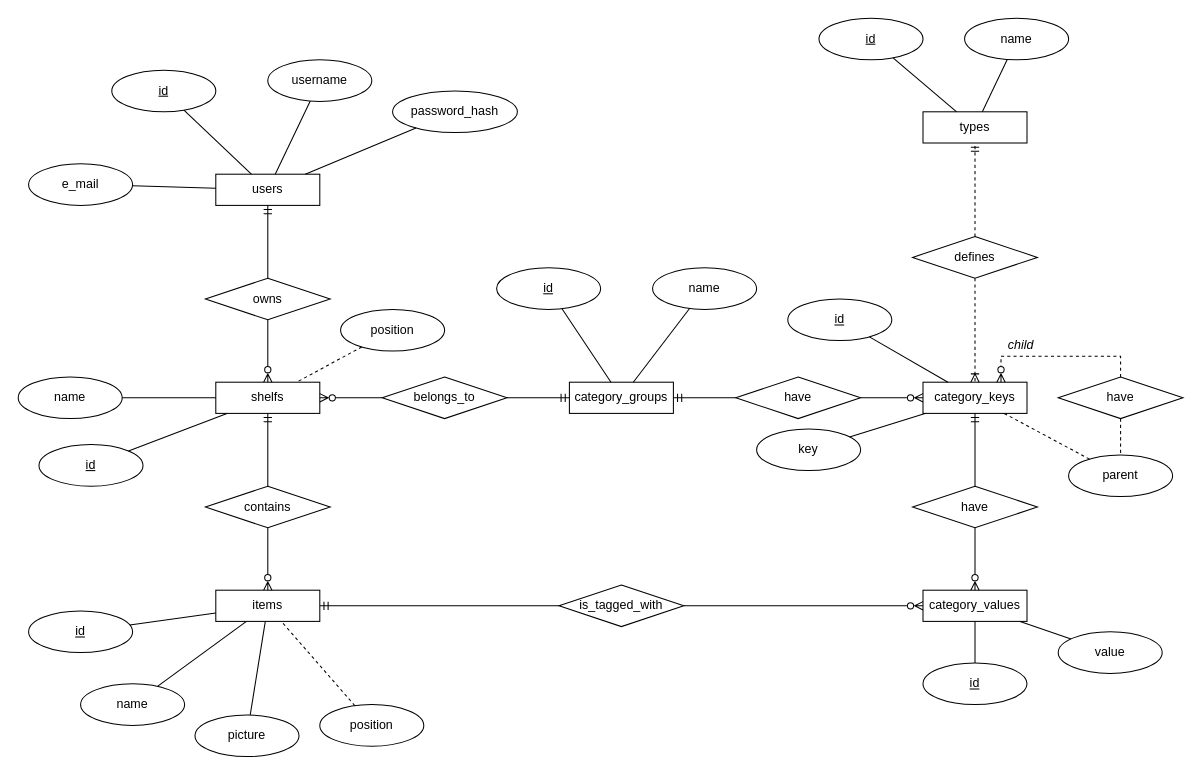
Earlier version of the draw.io diagram docs/infra/ConceptionalERD.drawio (Vulpes0Zerda/archive-wizard-backend). Source tidied: cells renumbered, new cells numbered last; positions are measured from the earlier drawing's top-left corner, leaving out a move shared by most shapes. Both pictures are drawn from the tidied source at 104%, with x=0, y=0 at pixel (18, 18).
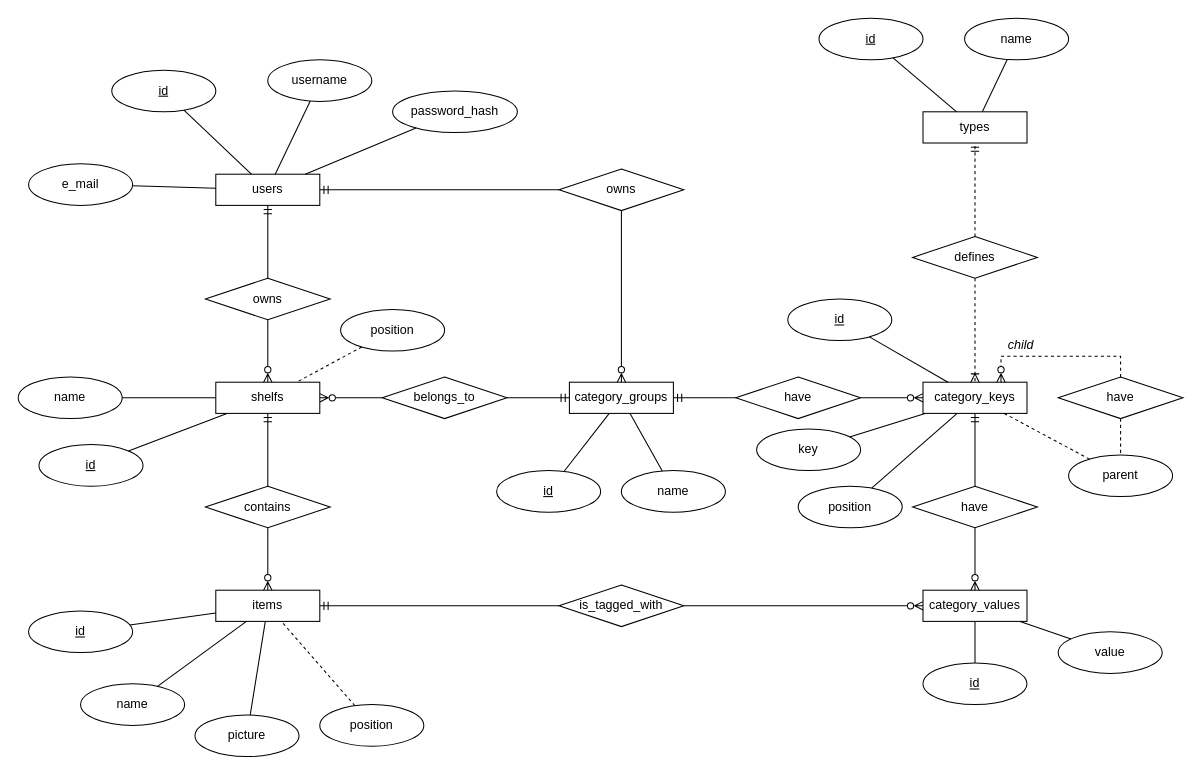
Above is the later version.

Commit message (it also covers changes not shown here):
added relationship to ERD's between user and category groups so that a category group cannot be an orphan

The change refers to these unchanged cells:
```xml
<mxCell id="2" value="users" style="whiteSpace=wrap;html=1;align=center;hachureGap=4;fontFamily=Helvetica;" parent="1" vertex="1">
  <mxGeometry x="190" y="150" width="100" height="30" as="geometry" />
</mxCell>
<mxCell id="3" value="category_keys" style="whiteSpace=wrap;html=1;align=center;hachureGap=4;fontFamily=Helvetica;" parent="1" vertex="1">
  <mxGeometry x="870" y="350" width="100" height="30" as="geometry" />
</mxCell>
<mxCell id="48" value="category_groups" style="whiteSpace=wrap;html=1;align=center;hachureGap=4;fontFamily=Helvetica;" parent="1" vertex="1">
  <mxGeometry x="530" y="350" width="100" height="30" as="geometry" />
</mxCell>
```

Diff of the diagram source:
```diff
@@
     <mxCell id="52" value="id" style="ellipse;whiteSpace=wrap;html=1;align=center;fontStyle=4;hachureGap=4;fontFamily=Helvetica;" parent="1" vertex="1">
-      <mxGeometry x="460" y="240" width="100" height="40" as="geometry" />
+      <mxGeometry x="460" y="435" width="100" height="40" as="geometry" />
     </mxCell>
@@
     <mxCell id="58" value="name" style="ellipse;whiteSpace=wrap;html=1;align=center;fontStyle=0;hachureGap=4;fontFamily=Helvetica;" parent="1" vertex="1">
-      <mxGeometry x="610" y="240" width="100" height="40" as="geometry" />
+      <mxGeometry x="580" y="435" width="100" height="40" as="geometry" />
     </mxCell>
@@
+    <mxCell id="74" style="edgeStyle=orthogonalEdgeStyle;rounded=0;hachureGap=4;jettySize=auto;html=1;exitX=0;exitY=0.5;exitDx=0;exitDy=0;entryX=1;entryY=0.5;entryDx=0;entryDy=0;fontFamily=Helvetica;endArrow=ERmandOne;endFill=0;" parent="1" edge="1" source="76" target="2">
+      <mxGeometry relative="1" as="geometry" />
+    </mxCell>
+    <mxCell id="75" style="edgeStyle=orthogonalEdgeStyle;rounded=0;hachureGap=4;jettySize=auto;html=1;exitX=0.5;exitY=1;exitDx=0;exitDy=0;entryX=0.5;entryY=0;entryDx=0;entryDy=0;fontFamily=Helvetica;endArrow=ERzeroToMany;endFill=0;" parent="1" edge="1" source="76" target="48">
+      <mxGeometry relative="1" as="geometry" />
+    </mxCell>
+    <mxCell id="76" value="owns" style="shape=rhombus;perimeter=rhombusPerimeter;whiteSpace=wrap;html=1;align=center;hachureGap=4;fontFamily=Helvetica;" parent="1" vertex="1">
+      <mxGeometry x="520" y="145" width="120" height="40" as="geometry" />
+    </mxCell>
+    <mxCell id="77" value="position" style="ellipse;whiteSpace=wrap;html=1;align=center;fontStyle=0;hachureGap=4;fontFamily=Helvetica;" parent="1" vertex="1">
+      <mxGeometry x="750" y="450" width="100" height="40" as="geometry" />
+    </mxCell>
+    <mxCell id="78" style="edgeStyle=none;rounded=0;hachureGap=4;jettySize=auto;html=1;fontFamily=Helvetica;endArrow=none;endFill=0;" parent="1" edge="1" source="77" target="3">
+      <mxGeometry relative="1" as="geometry" />
+    </mxCell>
```
